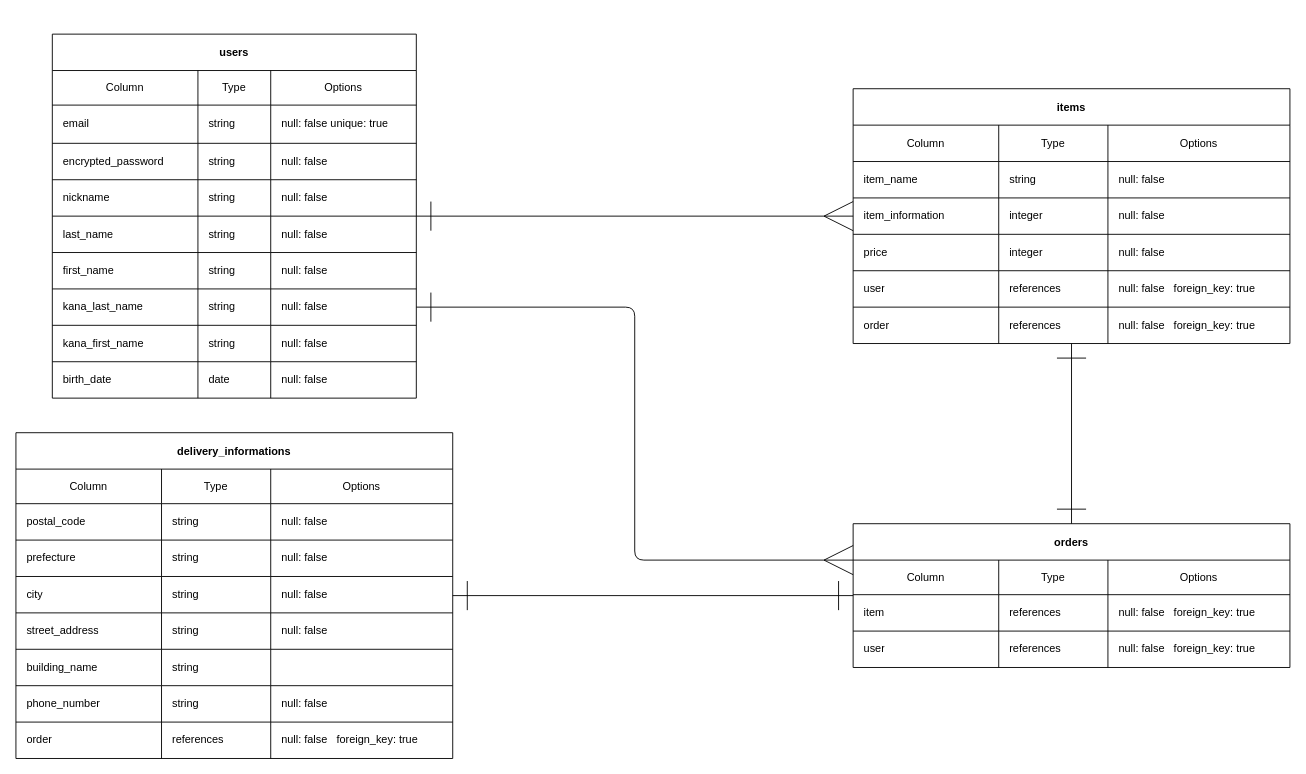
The draw.io diagram ER.dio in rkmr17/furima-39418, before the edit. Source tidied: cells renumbered, new cells numbered last; positions are measured from the earlier drawing's top-left corner, leaving out a move shared by most shapes. Both pictures are drawn from the tidied source at 91%, with x=0, y=0 at pixel (15, 34).
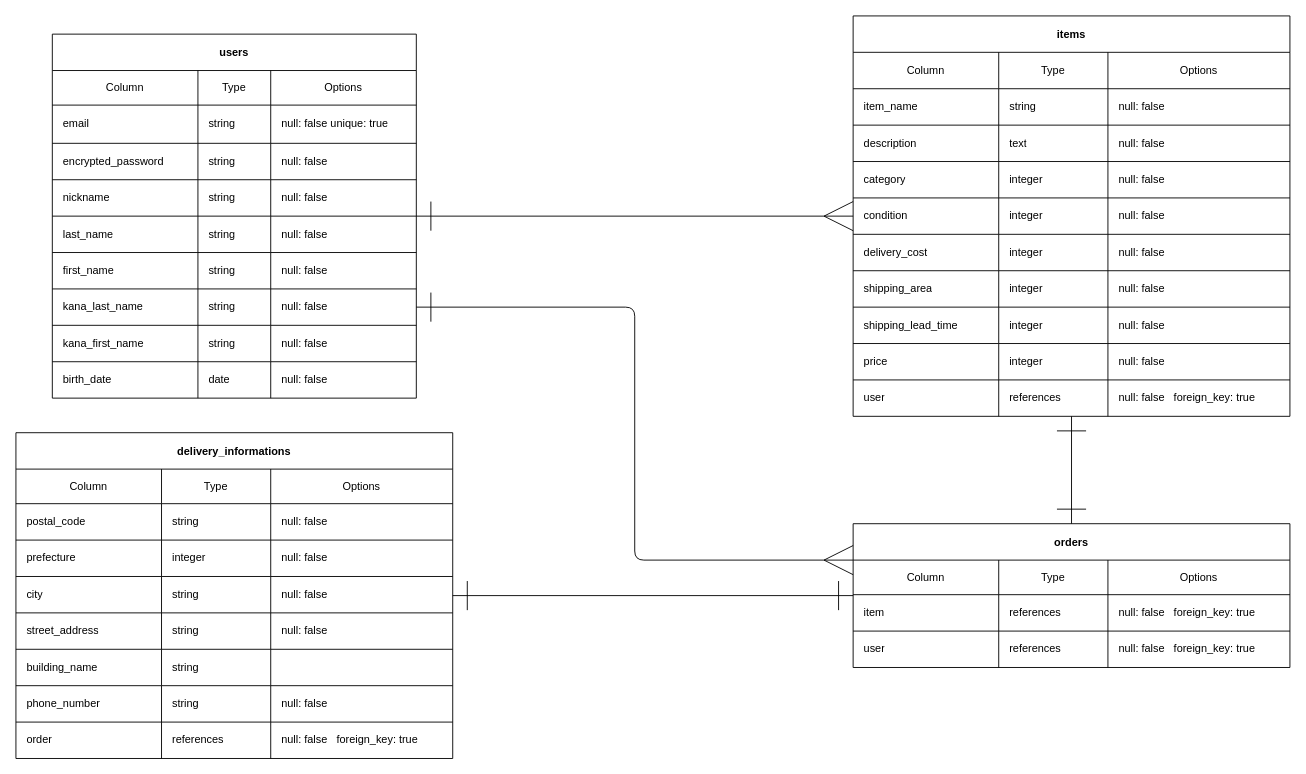
The same page after the edit.

Commit message (it also covers changes not shown here):
データベース設計

The change refers to these unchanged cells:
```xml
<mxCell id="50" style="shape=tableRow;horizontal=0;startSize=0;swimlaneHead=0;swimlaneBody=0;top=0;left=0;bottom=0;right=0;align=left;spacingLeft=10;fillColor=none;" parent="41" vertex="1">
  <mxGeometry y="120" width="480" height="40" as="geometry" />
</mxCell>
<mxCell id="89" style="shape=tableRow;horizontal=0;startSize=0;swimlaneHead=0;swimlaneBody=0;top=0;left=0;bottom=0;right=0;align=left;spacingLeft=10;fillColor=none;" parent="80" vertex="1">
  <mxGeometry y="118" width="480" height="40" as="geometry" />
</mxCell>
```

The edit, as a diff of the source:
```diff
@@
     <mxCell id="41" value="items" style="shape=table;startSize=40;childLayout=tableLayout;fontStyle=1;align=center;fillColor=none;" parent="1" vertex="1">
-      <mxGeometry x="920" y="60" width="480" height="280" as="geometry" />
+      <mxGeometry x="920" y="-20" width="480" height="440" as="geometry" />
     </mxCell>
@@
-    <mxCell id="51" value="item_information" style="shape=partialRectangle;html=1;whiteSpace=wrap;top=0;left=0;bottom=0;right=0;overflow=hidden;align=left;spacingLeft=10;fillColor=none;" parent="50" vertex="1">
+    <mxCell id="51" value="description" style="shape=partialRectangle;html=1;whiteSpace=wrap;top=0;left=0;bottom=0;right=0;overflow=hidden;align=left;spacingLeft=10;fillColor=none;" parent="50" vertex="1">
       <mxGeometry width="160" height="40" as="geometry" />
     </mxCell>
-    <mxCell id="52" value="integer" style="shape=partialRectangle;html=1;whiteSpace=wrap;top=0;left=0;bottom=0;right=0;overflow=hidden;align=left;spacingLeft=10;fillColor=none;" parent="50" vertex="1">
+    <mxCell id="52" value="text" style="shape=partialRectangle;html=1;whiteSpace=wrap;top=0;left=0;bottom=0;right=0;overflow=hidden;align=left;spacingLeft=10;fillColor=none;" parent="50" vertex="1">
       <mxGeometry x="160" width="120" height="40" as="geometry" />
     </mxCell>
@@
+    <mxCell id="114" style="shape=tableRow;horizontal=0;startSize=0;swimlaneHead=0;swimlaneBody=0;top=0;left=0;bottom=0;right=0;align=left;spacingLeft=10;fillColor=none;" parent="41" vertex="1">
+      <mxGeometry y="160" width="480" height="40" as="geometry" />
+    </mxCell>
+    <mxCell id="115" value="category" style="shape=partialRectangle;html=1;whiteSpace=wrap;top=0;left=0;bottom=0;right=0;overflow=hidden;align=left;spacingLeft=10;fillColor=none;" parent="114" vertex="1">
+      <mxGeometry width="160" height="40" as="geometry" />
+    </mxCell>
+    <mxCell id="116" value="integer" style="shape=partialRectangle;html=1;whiteSpace=wrap;top=0;left=0;bottom=0;right=0;overflow=hidden;align=left;spacingLeft=10;fillColor=none;" parent="114" vertex="1">
+      <mxGeometry x="160" width="120" height="40" as="geometry" />
+    </mxCell>
+    <mxCell id="117" value="null: false" style="shape=partialRectangle;html=1;whiteSpace=wrap;top=0;left=0;bottom=0;right=0;overflow=hidden;align=left;spacingLeft=10;fillColor=none;" parent="114" vertex="1">
+      <mxGeometry x="280" width="200" height="40" as="geometry" />
+    </mxCell>
+    <mxCell id="118" style="shape=tableRow;horizontal=0;startSize=0;swimlaneHead=0;swimlaneBody=0;top=0;left=0;bottom=0;right=0;align=left;spacingLeft=10;fillColor=none;" parent="41" vertex="1">
+      <mxGeometry y="200" width="480" height="40" as="geometry" />
+    </mxCell>
+    <mxCell id="119" value="condition" style="shape=partialRectangle;html=1;whiteSpace=wrap;top=0;left=0;bottom=0;right=0;overflow=hidden;align=left;spacingLeft=10;fillColor=none;" parent="118" vertex="1">
+      <mxGeometry width="160" height="40" as="geometry" />
+    </mxCell>
+    <mxCell id="120" value="integer" style="shape=partialRectangle;html=1;whiteSpace=wrap;top=0;left=0;bottom=0;right=0;overflow=hidden;align=left;spacingLeft=10;fillColor=none;" parent="118" vertex="1">
+      <mxGeometry x="160" width="120" height="40" as="geometry" />
+    </mxCell>
+    <mxCell id="121" value="null: false" style="shape=partialRectangle;html=1;whiteSpace=wrap;top=0;left=0;bottom=0;right=0;overflow=hidden;align=left;spacingLeft=10;fillColor=none;" parent="118" vertex="1">
+      <mxGeometry x="280" width="200" height="40" as="geometry" />
+    </mxCell>
+    <mxCell id="62" style="shape=tableRow;horizontal=0;startSize=0;swimlaneHead=0;swimlaneBody=0;top=0;left=0;bottom=0;right=0;align=left;spacingLeft=10;fillColor=none;" parent="41" vertex="1">
+      <mxGeometry y="240" width="480" height="40" as="geometry" />
+    </mxCell>
+    <mxCell id="122" value="delivery_cost" style="shape=partialRectangle;html=1;whiteSpace=wrap;top=0;left=0;bottom=0;right=0;overflow=hidden;align=left;spacingLeft=10;fillColor=none;" parent="62" vertex="1">
+      <mxGeometry width="160" height="40" as="geometry" />
+    </mxCell>
+    <mxCell id="123" value="integer" style="shape=partialRectangle;html=1;whiteSpace=wrap;top=0;left=0;bottom=0;right=0;overflow=hidden;align=left;spacingLeft=10;fillColor=none;" parent="62" vertex="1">
+      <mxGeometry x="160" width="120" height="40" as="geometry" />
+    </mxCell>
+    <mxCell id="124" value="null: false" style="shape=partialRectangle;html=1;whiteSpace=wrap;top=0;left=0;bottom=0;right=0;overflow=hidden;align=left;spacingLeft=10;fillColor=none;" parent="62" vertex="1">
+      <mxGeometry x="280" width="200" height="40" as="geometry" />
+    </mxCell>
+    <mxCell id="125" style="shape=tableRow;horizontal=0;startSize=0;swimlaneHead=0;swimlaneBody=0;top=0;left=0;bottom=0;right=0;align=left;spacingLeft=10;fillColor=none;" parent="41" vertex="1">
+      <mxGeometry y="280" width="480" height="40" as="geometry" />
+    </mxCell>
+    <mxCell id="126" value="shipping_area" style="shape=partialRectangle;html=1;whiteSpace=wrap;top=0;left=0;bottom=0;right=0;overflow=hidden;align=left;spacingLeft=10;fillColor=none;" parent="125" vertex="1">
+      <mxGeometry width="160" height="40" as="geometry" />
+    </mxCell>
+    <mxCell id="127" value="integer" style="shape=partialRectangle;html=1;whiteSpace=wrap;top=0;left=0;bottom=0;right=0;overflow=hidden;align=left;spacingLeft=10;fillColor=none;" parent="125" vertex="1">
+      <mxGeometry x="160" width="120" height="40" as="geometry" />
+    </mxCell>
+    <mxCell id="128" value="null: false" style="shape=partialRectangle;html=1;whiteSpace=wrap;top=0;left=0;bottom=0;right=0;overflow=hidden;align=left;spacingLeft=10;fillColor=none;" parent="125" vertex="1">
+      <mxGeometry x="280" width="200" height="40" as="geometry" />
+    </mxCell>
+    <mxCell id="129" style="shape=tableRow;horizontal=0;startSize=0;swimlaneHead=0;swimlaneBody=0;top=0;left=0;bottom=0;right=0;align=left;spacingLeft=10;fillColor=none;" parent="41" vertex="1">
+      <mxGeometry y="320" width="480" height="40" as="geometry" />
+    </mxCell>
+    <mxCell id="130" value="shipping_lead_time" style="shape=partialRectangle;html=1;whiteSpace=wrap;top=0;left=0;bottom=0;right=0;overflow=hidden;align=left;spacingLeft=10;fillColor=none;" parent="129" vertex="1">
+      <mxGeometry width="160" height="40" as="geometry" />
+    </mxCell>
+    <mxCell id="131" value="integer" style="shape=partialRectangle;html=1;whiteSpace=wrap;top=0;left=0;bottom=0;right=0;overflow=hidden;align=left;spacingLeft=10;fillColor=none;" parent="129" vertex="1">
+      <mxGeometry x="160" width="120" height="40" as="geometry" />
+    </mxCell>
+    <mxCell id="132" value="null: false" style="shape=partialRectangle;html=1;whiteSpace=wrap;top=0;left=0;bottom=0;right=0;overflow=hidden;align=left;spacingLeft=10;fillColor=none;" parent="129" vertex="1">
+      <mxGeometry x="280" width="200" height="40" as="geometry" />
+    </mxCell>
     <mxCell id="54" style="shape=tableRow;horizontal=0;startSize=0;swimlaneHead=0;swimlaneBody=0;top=0;left=0;bottom=0;right=0;align=left;spacingLeft=10;fillColor=none;" parent="41" vertex="1">
-      <mxGeometry y="160" width="480" height="40" as="geometry" />
+      <mxGeometry y="360" width="480" height="40" as="geometry" />
     </mxCell>
@@
     <mxCell id="58" style="shape=tableRow;horizontal=0;startSize=0;swimlaneHead=0;swimlaneBody=0;top=0;left=0;bottom=0;right=0;align=left;spacingLeft=10;fillColor=none;" parent="41" vertex="1">
-      <mxGeometry y="200" width="480" height="40" as="geometry" />
+      <mxGeometry y="400" width="480" height="40" as="geometry" />
     </mxCell>
@@
-    <mxCell id="62" style="shape=tableRow;horizontal=0;startSize=0;swimlaneHead=0;swimlaneBody=0;top=0;left=0;bottom=0;right=0;align=left;spacingLeft=10;fillColor=none;" parent="41" vertex="1">
-      <mxGeometry y="240" width="480" height="40" as="geometry" />
-    </mxCell>
-    <mxCell id="63" value="order" style="shape=partialRectangle;html=1;whiteSpace=wrap;top=0;left=0;bottom=0;right=0;overflow=hidden;align=left;spacingLeft=10;fillColor=none;" parent="62" vertex="1">
-      <mxGeometry width="160" height="40" as="geometry" />
-    </mxCell>
-    <mxCell id="64" value="references" style="shape=partialRectangle;html=1;whiteSpace=wrap;top=0;left=0;bottom=0;right=0;overflow=hidden;align=left;spacingLeft=10;fillColor=none;" parent="62" vertex="1">
-      <mxGeometry x="160" width="120" height="40" as="geometry" />
-    </mxCell>
-    <mxCell id="65" value="null: false&amp;nbsp; &amp;nbsp;foreign_key: true" style="shape=partialRectangle;html=1;whiteSpace=wrap;top=0;left=0;bottom=0;right=0;overflow=hidden;align=left;spacingLeft=10;fillColor=none;" parent="62" vertex="1">
-      <mxGeometry x="280" width="200" height="40" as="geometry" />
-    </mxCell>
@@
-    <mxCell id="91" value="string" style="shape=partialRectangle;html=1;whiteSpace=wrap;top=0;left=0;bottom=0;right=0;overflow=hidden;align=left;spacingLeft=10;fillColor=none;" parent="89" vertex="1">
+    <mxCell id="91" value="integer" style="shape=partialRectangle;html=1;whiteSpace=wrap;top=0;left=0;bottom=0;right=0;overflow=hidden;align=left;spacingLeft=10;fillColor=none;" parent="89" vertex="1">
       <mxGeometry x="160" width="120" height="40" as="geometry" />
     </mxCell>
```
